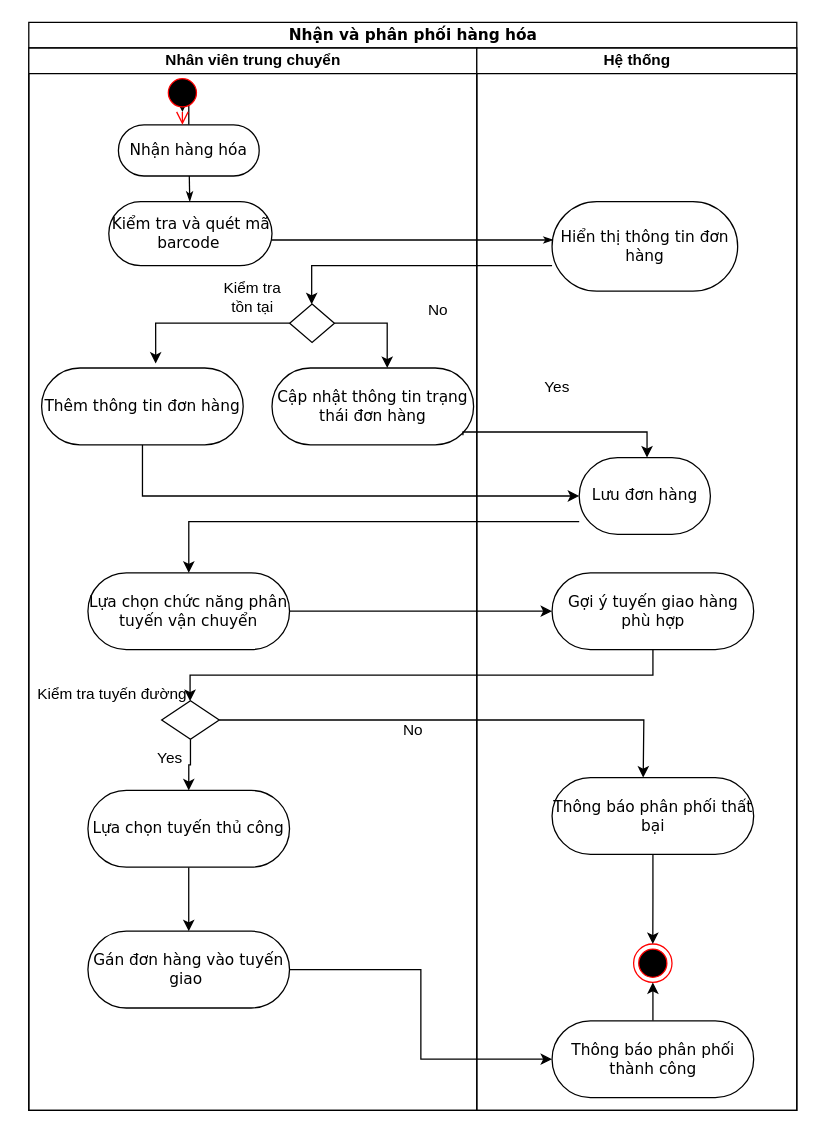
IT3120-Phan-tich-va-thi-t-k-h-th-ng/BTL keeps this draw.io diagram as Activity Diagram/AD nhận và phân phối hàng hóa.drawio. Above is the earlier version. Source tidied: cells renumbered, new cells numbered last; positions are measured from the earlier drawing's top-left corner, leaving out a move shared by most shapes. Both pictures are drawn from the tidied source at 128%, with x=0, y=0 at pixel (22, 22).
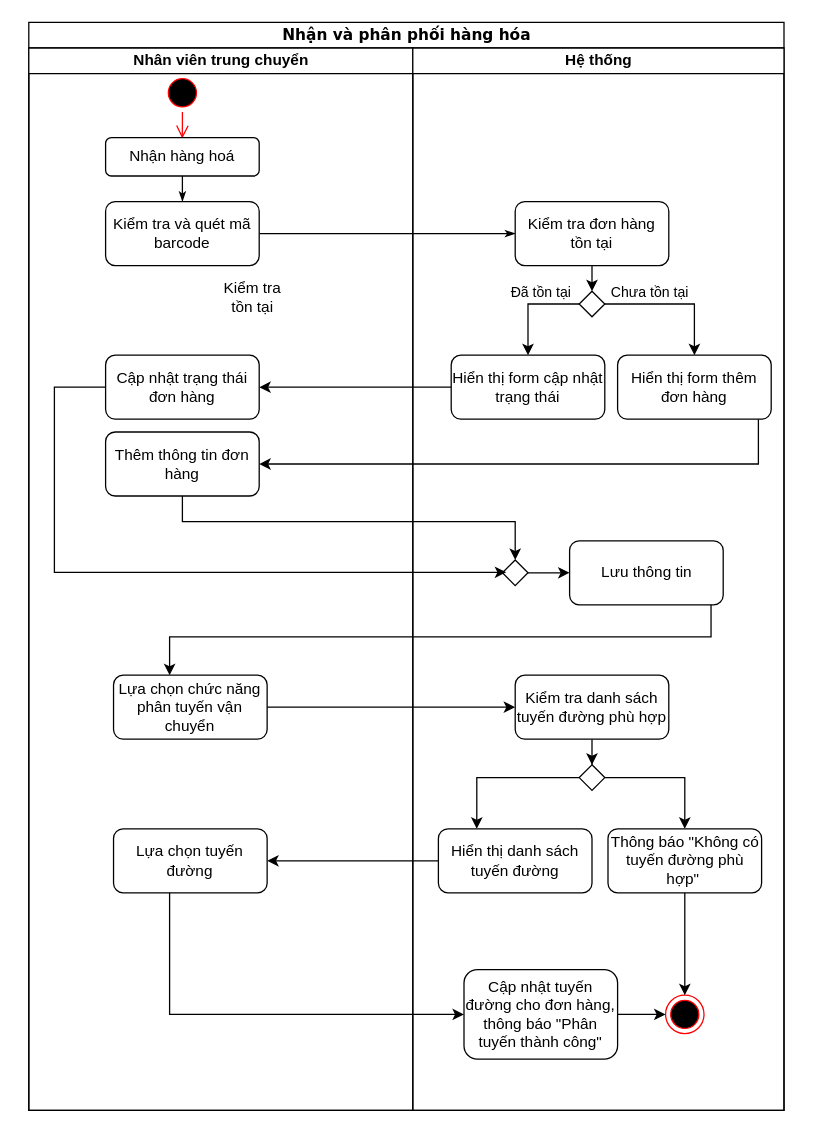
The same diagram, later.

Commit message (it also covers changes not shown here):
update usecase, ad nvpphh

The change refers to these unchanged cells:
```xml
<mxCell id="7" style="ellipse;html=1;shape=startState;fillColor=#000000;strokeColor=#ff0000;" parent="4" vertex="1">
  <mxGeometry x="105" y="20" width="30" height="30" as="geometry" />
</mxCell>
```

Diff of the diagram source:
```diff
@@
     <mxCell id="2" value="Nhận và phân phối hàng hóa" style="swimlane;html=1;startSize=20;rounded=0;shadow=0;comic=0;labelBackgroundColor=none;strokeWidth=1;fontFamily=Verdana;fontSize=12;align=center;" parent="1" vertex="1">
-      <mxGeometry x="5" width="600" height="850" as="geometry" />
+      <mxGeometry x="5" width="590" height="850" as="geometry" />
     </mxCell>
-    <mxCell id="3" style="edgeStyle=none;rounded=0;html=1;labelBackgroundColor=none;startArrow=none;startFill=0;startSize=5;endArrow=classicThin;endFill=1;endSize=5;jettySize=auto;orthogonalLoop=1;strokeWidth=1;fontFamily=Verdana;fontSize=12;" parent="2" edge="1">
-      <mxGeometry relative="1" as="geometry">
-        <mxPoint x="190" y="170" as="sourcePoint" />
-        <mxPoint x="410" y="170" as="targetPoint" />
-      </mxGeometry>
+    <mxCell id="3" style="edgeStyle=none;rounded=0;html=1;labelBackgroundColor=none;startArrow=none;startFill=0;startSize=5;endArrow=classicThin;endFill=1;endSize=5;jettySize=auto;strokeWidth=1;fontFamily=Verdana;fontSize=12;exitX=1;exitY=0.5;exitDx=0;exitDy=0;entryX=0;entryY=0.5;entryDx=0;entryDy=0;" parent="2" edge="1" source="13" target="49">
+      <mxGeometry relative="1" as="geometry" />
     </mxCell>
     <mxCell id="4" value="Nhân viên trung chuyển" style="swimlane;html=1;startSize=20;" parent="2" vertex="1">
-      <mxGeometry y="20" width="350" height="830" as="geometry" />
+      <mxGeometry y="20" width="300" height="830" as="geometry" />
     </mxCell>
-    <mxCell id="5" style="edgeStyle=orthogonalEdgeStyle;rounded=0;jettySize=auto;html=1;" parent="4" edge="1" source="6" target="7">
-      <mxGeometry relative="1" as="geometry" />
-    </mxCell>
-    <mxCell id="6" value="Nhận hàng hóa" style="rounded=1;whiteSpace=wrap;html=1;shadow=0;comic=0;labelBackgroundColor=none;strokeWidth=1;fontFamily=Verdana;fontSize=12;align=center;arcSize=50;" parent="4" vertex="1">
-      <mxGeometry x="70" y="60" width="110" height="40" as="geometry" />
-    </mxCell>
@@
-    <mxCell id="8" style="edgeStyle=orthogonalEdgeStyle;html=1;verticalAlign=bottom;endArrow=open;endSize=8;strokeColor=#ff0000;rounded=0;" parent="4" edge="1" source="7">
-      <mxGeometry relative="1" as="geometry">
-        <mxPoint x="120" y="60" as="targetPoint" />
-      </mxGeometry>
+    <mxCell id="8" style="edgeStyle=orthogonalEdgeStyle;html=1;verticalAlign=bottom;endArrow=open;endSize=8;strokeColor=#ff0000;rounded=0;entryX=0.499;entryY=0.025;entryDx=0;entryDy=0;entryPerimeter=0;" parent="4" edge="1" source="7" target="46">
+      <mxGeometry relative="1" as="geometry" />
     </mxCell>
-    <mxCell id="9" style="edgeStyle=orthogonalEdgeStyle;rounded=0;jettySize=auto;html=1;" parent="4" edge="1" source="10">
-      <mxGeometry relative="1" as="geometry">
-        <mxPoint x="430" y="350" as="targetPoint" />
-        <Array as="points">
-          <mxPoint x="89" y="350" />
-          <mxPoint x="300" y="350" />
-        </Array>
-      </mxGeometry>
-    </mxCell>
+    <mxCell id="12" style="edgeStyle=none;rounded=0;html=1;labelBackgroundColor=none;startArrow=none;startFill=0;startSize=5;endArrow=classicThin;endFill=1;endSize=5;jettySize=auto;strokeWidth=1;fontFamily=Verdana;fontSize=12;entryX=0.5;entryY=0;entryDx=0;entryDy=0;exitX=0.5;exitY=1;exitDx=0;exitDy=0;" parent="4" edge="1" source="46" target="13">
+      <mxGeometry relative="1" as="geometry" />
+    </mxCell>
+    <mxCell id="23" value="Kiểm tra tồn tại" style="text;html=1;align=center;verticalAlign=middle;whiteSpace=wrap;rounded=0;" parent="4" vertex="1">
+      <mxGeometry x="145" y="180" width="60" height="30" as="geometry" />
+    </mxCell>
+    <mxCell id="46" value="Nhận hàng hoá" style="rounded=1;whiteSpace=wrap;html=1;" parent="4" vertex="1">
+      <mxGeometry x="60" y="70" width="120" height="30" as="geometry" />
+    </mxCell>
+    <mxCell id="13" value="Kiểm tra và quét mã barcode" style="rounded=1;whiteSpace=wrap;html=1;" parent="4" vertex="1">
+      <mxGeometry x="60" y="120" width="120" height="50" as="geometry" />
+    </mxCell>
+    <mxCell id="47" value="Cập nhật trạng thái đơn hàng" style="rounded=1;whiteSpace=wrap;html=1;" parent="4" vertex="1">
+      <mxGeometry x="60" y="240" width="120" height="50" as="geometry" />
+    </mxCell>
-    <mxCell id="10" value="Thêm thông tin đơn hàng" style="rounded=1;whiteSpace=wrap;html=1;shadow=0;comic=0;labelBackgroundColor=none;strokeWidth=1;fontFamily=Verdana;fontSize=12;align=center;arcSize=50;" parent="4" vertex="1">
-      <mxGeometry x="10" y="250" width="157.5" height="60" as="geometry" />
+    <mxCell id="10" value="Thêm thông tin đơn hàng" style="rounded=1;whiteSpace=wrap;html=1;" parent="4" vertex="1">
+      <mxGeometry x="60" y="300" width="120" height="50" as="geometry" />
     </mxCell>
-    <mxCell id="11" style="edgeStyle=none;rounded=0;html=1;labelBackgroundColor=none;startArrow=none;startFill=0;startSize=5;endArrow=classicThin;endFill=1;endSize=5;jettySize=auto;strokeWidth=1;fontFamily=Verdana;fontSize=12;" parent="4" edge="1" source="13">
-      <mxGeometry relative="1" as="geometry">
-        <mxPoint x="120" y="150" as="targetPoint" />
-      </mxGeometry>
-    </mxCell>
-    <mxCell id="12" style="edgeStyle=none;rounded=0;html=1;labelBackgroundColor=none;startArrow=none;startFill=0;startSize=5;endArrow=classicThin;endFill=1;endSize=5;jettySize=auto;strokeWidth=1;fontFamily=Verdana;fontSize=12;" parent="4" edge="1" source="6" target="13">
-      <mxGeometry relative="1" as="geometry" />
-    </mxCell>
-    <mxCell id="13" value="Kiểm tra và quét mã barcode&amp;nbsp;" style="rounded=1;whiteSpace=wrap;html=1;shadow=0;comic=0;labelBackgroundColor=none;strokeWidth=1;fontFamily=Verdana;fontSize=12;align=center;arcSize=50;" parent="4" vertex="1">
-      <mxGeometry x="62.5" y="120" width="127.5" height="50" as="geometry" />
-    </mxCell>
-    <mxCell id="14" value="Lựa chọn chức năng phân tuyến vận chuyển" style="rounded=1;whiteSpace=wrap;html=1;shadow=0;comic=0;labelBackgroundColor=none;strokeWidth=1;fontFamily=Verdana;fontSize=12;align=center;arcSize=50;" parent="4" vertex="1">
-      <mxGeometry x="46.2" y="410" width="157.5" height="60" as="geometry" />
+    <mxCell id="14" value="Lựa chọn chức năng phân tuyến vận chuyển" style="rounded=1;whiteSpace=wrap;html=1;" parent="4" vertex="1">
+      <mxGeometry x="66.2" y="490" width="120" height="50" as="geometry" />
     </mxCell>
-    <mxCell id="15" style="edgeStyle=orthogonalEdgeStyle;rounded=0;jettySize=auto;html=1;" parent="4" edge="1" source="16" target="17">
-      <mxGeometry relative="1" as="geometry" />
-    </mxCell>
-    <mxCell id="16" value="Lựa chọn tuyến thủ công" style="rounded=1;whiteSpace=wrap;html=1;shadow=0;comic=0;labelBackgroundColor=none;strokeWidth=1;fontFamily=Verdana;fontSize=12;align=center;arcSize=50;" parent="4" vertex="1">
-      <mxGeometry x="46.2" y="580" width="157.5" height="60" as="geometry" />
-    </mxCell>
-    <mxCell id="17" value="Gán đơn hàng vào tuyến giao&amp;nbsp;" style="rounded=1;whiteSpace=wrap;html=1;shadow=0;comic=0;labelBackgroundColor=none;strokeWidth=1;fontFamily=Verdana;fontSize=12;align=center;arcSize=50;" parent="4" vertex="1">
-      <mxGeometry x="46.2" y="690" width="157.5" height="60" as="geometry" />
-    </mxCell>
-    <mxCell id="18" value="Cập nhật thông tin trạng thái đơn hàng" style="rounded=1;whiteSpace=wrap;html=1;shadow=0;comic=0;labelBackgroundColor=none;strokeWidth=1;fontFamily=Verdana;fontSize=12;align=center;arcSize=50;" parent="4" vertex="1">
-      <mxGeometry x="190" y="250" width="157.5" height="60" as="geometry" />
-    </mxCell>
-    <mxCell id="19" value="No" style="text;html=1;align=center;verticalAlign=middle;whiteSpace=wrap;rounded=0;" parent="4" vertex="1">
-      <mxGeometry x="290" y="190" width="60" height="30" as="geometry" />
-    </mxCell>
-    <mxCell id="20" style="rhombus;whiteSpace=wrap;html=1;" parent="4" vertex="1">
-      <mxGeometry x="203.8" y="200" width="35" height="30" as="geometry" />
-    </mxCell>
-    <mxCell id="21" style="edgeStyle=orthogonalEdgeStyle;rounded=0;jettySize=auto;html=1;entryX=0.566;entryY=-0.057;entryDx=0;entryDy=0;entryPerimeter=0;" parent="4" edge="1" source="20" target="10">
-      <mxGeometry relative="1" as="geometry" />
-    </mxCell>
-    <mxCell id="22" style="edgeStyle=orthogonalEdgeStyle;rounded=0;jettySize=auto;html=1;" parent="4" edge="1" source="20" target="18">
-      <mxGeometry relative="1" as="geometry">
-        <Array as="points">
-          <mxPoint x="280" y="215" />
-        </Array>
-      </mxGeometry>
-    </mxCell>
-    <mxCell id="23" value="Kiểm tra tồn tại" style="text;html=1;align=center;verticalAlign=middle;whiteSpace=wrap;rounded=0;" parent="4" vertex="1">
-      <mxGeometry x="145" y="180" width="60" height="30" as="geometry" />
-    </mxCell>
-    <mxCell id="24" style="edgeStyle=orthogonalEdgeStyle;rounded=0;jettySize=auto;html=1;entryX=0.5;entryY=0;entryDx=0;entryDy=0;" parent="4" edge="1" source="26" target="16">
-      <mxGeometry relative="1" as="geometry" />
-    </mxCell>
-    <mxCell id="25" style="edgeStyle=orthogonalEdgeStyle;rounded=0;jettySize=auto;html=1;" parent="4" edge="1" source="26">
-      <mxGeometry relative="1" as="geometry">
-        <mxPoint x="480" y="570" as="targetPoint" />
-      </mxGeometry>
-    </mxCell>
-    <mxCell id="26" style="rhombus;whiteSpace=wrap;html=1;" parent="4" vertex="1">
-      <mxGeometry x="103.8" y="510" width="45" height="30" as="geometry" />
-    </mxCell>
-    <mxCell id="27" value="Kiểm tra tuyến đường" style="text;html=1;align=center;verticalAlign=middle;strokeColor=none;fillColor=none;" parent="4" vertex="1">
-      <mxGeometry x="-5" y="490" width="140" height="30" as="geometry" />
-    </mxCell>
-    <mxCell id="28" value="Yes" style="text;html=1;align=center;verticalAlign=middle;strokeColor=none;fillColor=none;" parent="4" vertex="1">
-      <mxGeometry x="90" y="540" width="40" height="30" as="geometry" />
-    </mxCell>
+    <mxCell id="48" value="Lựa chọn tuyến đường" style="rounded=1;whiteSpace=wrap;html=1;" parent="4" vertex="1">
+      <mxGeometry x="66.2" y="610" width="120" height="50" as="geometry" />
+    </mxCell>
     <mxCell id="29" value="Hệ thống" style="swimlane;html=1;startSize=20;" parent="2" vertex="1">
-      <mxGeometry x="350" y="20" width="250" height="830" as="geometry" />
+      <mxGeometry x="300" y="20" width="290" height="830" as="geometry" />
     </mxCell>
-    <mxCell id="30" value="Hiển thị thông tin đơn hàng" style="rounded=1;whiteSpace=wrap;html=1;shadow=0;comic=0;labelBackgroundColor=none;strokeWidth=1;fontFamily=Verdana;fontSize=12;align=center;arcSize=50;" parent="29" vertex="1">
-      <mxGeometry x="58.8" y="120" width="145" height="70" as="geometry" />
-    </mxCell>
-    <mxCell id="31" value="Yes" style="text;html=1;align=center;verticalAlign=middle;whiteSpace=wrap;rounded=0;" parent="29" vertex="1">
-      <mxGeometry x="32.5" y="250" width="60" height="30" as="geometry" />
-    </mxCell>
-    <mxCell id="32" value="Lưu đơn hàng" style="rounded=1;whiteSpace=wrap;html=1;shadow=0;comic=0;labelBackgroundColor=none;strokeWidth=1;fontFamily=Verdana;fontSize=12;align=center;arcSize=50;" parent="29" vertex="1">
-      <mxGeometry x="80" y="320" width="102.5" height="60" as="geometry" />
-    </mxCell>
     <mxCell id="33" style="ellipse;html=1;shape=endState;fillColor=#000000;strokeColor=#ff0000;" parent="29" vertex="1">
-      <mxGeometry x="122.5" y="700" width="30" height="30" as="geometry" />
+      <mxGeometry x="197.5" y="740" width="30" height="30" as="geometry" />
     </mxCell>
-    <mxCell id="34" value="Gợi ý tuyến giao hàng phù hợp" style="rounded=1;whiteSpace=wrap;html=1;shadow=0;comic=0;labelBackgroundColor=none;strokeWidth=1;fontFamily=Verdana;fontSize=12;align=center;arcSize=50;" parent="29" vertex="1">
-      <mxGeometry x="58.8" y="410" width="157.5" height="60" as="geometry" />
-    </mxCell>
-    <mxCell id="35" style="edgeStyle=orthogonalEdgeStyle;rounded=0;jettySize=auto;html=1;" parent="29" edge="1" source="36" target="33">
-      <mxGeometry relative="1" as="geometry" />
-    </mxCell>
-    <mxCell id="36" value="Thông báo phân phối thành công" style="rounded=1;whiteSpace=wrap;html=1;shadow=0;comic=0;labelBackgroundColor=none;strokeWidth=1;fontFamily=Verdana;fontSize=12;align=center;arcSize=50;" parent="29" vertex="1">
-      <mxGeometry x="58.8" y="760" width="157.5" height="60" as="geometry" />
-    </mxCell>
-    <mxCell id="37" style="edgeStyle=orthogonalEdgeStyle;rounded=0;jettySize=auto;html=1;" parent="29" edge="1" source="38" target="33">
-      <mxGeometry relative="1" as="geometry" />
-    </mxCell>
-    <mxCell id="38" value="Thông báo phân phối thất bại" style="rounded=1;whiteSpace=wrap;html=1;shadow=0;comic=0;labelBackgroundColor=none;strokeWidth=1;fontFamily=Verdana;fontSize=12;align=center;arcSize=50;" parent="29" vertex="1">
-      <mxGeometry x="58.8" y="570" width="157.5" height="60" as="geometry" />
-    </mxCell>
-    <mxCell id="39" style="edgeStyle=orthogonalEdgeStyle;rounded=0;jettySize=auto;html=1;exitX=0.947;exitY=0.877;exitDx=0;exitDy=0;exitPerimeter=0;" parent="2" edge="1" source="18" target="32">
-      <mxGeometry relative="1" as="geometry">
-        <Array as="points">
-          <mxPoint x="339" y="320" />
-          <mxPoint x="483" y="320" />
-        </Array>
-      </mxGeometry>
-    </mxCell>
-    <mxCell id="40" style="edgeStyle=orthogonalEdgeStyle;rounded=0;jettySize=auto;html=1;" parent="2" edge="1" source="32" target="14">
-      <mxGeometry relative="1" as="geometry">
-        <Array as="points">
-          <mxPoint x="125" y="390" />
-        </Array>
-      </mxGeometry>
-    </mxCell>
-    <mxCell id="41" style="edgeStyle=orthogonalEdgeStyle;rounded=0;jettySize=auto;html=1;entryX=0;entryY=0.5;entryDx=0;entryDy=0;" parent="2" edge="1" source="14" target="34">
-      <mxGeometry relative="1" as="geometry" />
-    </mxCell>
-    <mxCell id="42" style="edgeStyle=orthogonalEdgeStyle;rounded=0;jettySize=auto;html=1;entryX=0;entryY=0.5;entryDx=0;entryDy=0;" parent="2" edge="1" source="17" target="36">
-      <mxGeometry relative="1" as="geometry" />
-    </mxCell>
-    <mxCell id="43" style="edgeStyle=orthogonalEdgeStyle;rounded=0;jettySize=auto;html=1;" parent="2" edge="1" source="30" target="20">
-      <mxGeometry relative="1" as="geometry">
-        <Array as="points">
-          <mxPoint x="221" y="190" />
-        </Array>
-      </mxGeometry>
-    </mxCell>
-    <mxCell id="44" style="edgeStyle=orthogonalEdgeStyle;rounded=0;jettySize=auto;html=1;" parent="2" edge="1" source="34" target="26">
-      <mxGeometry relative="1" as="geometry">
-        <Array as="points">
-          <mxPoint x="488" y="510" />
-          <mxPoint x="126" y="510" />
-        </Array>
-      </mxGeometry>
-    </mxCell>
-    <mxCell id="45" value="No" style="text;html=1;align=center;verticalAlign=middle;strokeColor=none;fillColor=none;" parent="1" vertex="1">
-      <mxGeometry x="285" y="538" width="40" height="30" as="geometry" />
-    </mxCell>
+    <mxCell id="49" value="Kiểm tra đơn hàng tồn tại" style="rounded=1;whiteSpace=wrap;html=1;" parent="29" vertex="1">
+      <mxGeometry x="80" y="120" width="120" height="50" as="geometry" />
+    </mxCell>
+    <mxCell id="50" style="edgeStyle=orthogonalEdgeStyle;rounded=0;jettySize=auto;html=1;entryX=0.5;entryY=0;entryDx=0;entryDy=0;" parent="29" edge="1" source="54" target="56">
+      <mxGeometry relative="1" as="geometry">
+        <Array as="points">
+          <mxPoint x="90" y="200" />
+        </Array>
+      </mxGeometry>
+    </mxCell>
+    <mxCell id="51" value="Đã tồn tại" style="edgeLabel;html=1;align=center;verticalAlign=middle;" parent="50" vertex="1">
+      <mxGeometry x="-0.17" y="-1" relative="1" as="geometry">
+        <mxPoint x="2" y="-9" as="offset" />
+      </mxGeometry>
+    </mxCell>
+    <mxCell id="52" style="edgeStyle=orthogonalEdgeStyle;rounded=0;jettySize=auto;html=1;entryX=0.5;entryY=0;entryDx=0;entryDy=0;" parent="29" edge="1" source="54" target="57">
+      <mxGeometry relative="1" as="geometry" />
+    </mxCell>
+    <mxCell id="53" value="Chưa tồn tại" style="edgeLabel;html=1;align=center;verticalAlign=middle;" parent="52" vertex="1">
+      <mxGeometry x="-0.38" y="1" relative="1" as="geometry">
+        <mxPoint y="-9" as="offset" />
+      </mxGeometry>
+    </mxCell>
+    <mxCell id="54" style="rhombus;whiteSpace=wrap;html=1;" parent="29" vertex="1">
+      <mxGeometry x="130" y="190" width="20" height="20" as="geometry" />
+    </mxCell>
+    <mxCell id="55" style="edgeStyle=orthogonalEdgeStyle;rounded=0;jettySize=auto;html=1;entryX=0.485;entryY=0.029;entryDx=0;entryDy=0;entryPerimeter=0;" parent="29" edge="1" source="49" target="54">
+      <mxGeometry relative="1" as="geometry" />
+    </mxCell>
+    <mxCell id="56" value="Hiển thị form cập nhật trạng thái" style="rounded=1;whiteSpace=wrap;html=1;" parent="29" vertex="1">
+      <mxGeometry x="30" y="240" width="120" height="50" as="geometry" />
+    </mxCell>
+    <mxCell id="57" value="Hiển thị form thêm đơn hàng" style="rounded=1;whiteSpace=wrap;html=1;" parent="29" vertex="1">
+      <mxGeometry x="160" y="240" width="120" height="50" as="geometry" />
+    </mxCell>
+    <mxCell id="58" style="edgeStyle=orthogonalEdgeStyle;rounded=0;jettySize=auto;html=1;entryX=0;entryY=0.5;entryDx=0;entryDy=0;" parent="29" edge="1" source="59" target="60">
+      <mxGeometry relative="1" as="geometry" />
+    </mxCell>
+    <mxCell id="59" style="rhombus;whiteSpace=wrap;html=1;" parent="29" vertex="1">
+      <mxGeometry x="70" y="400" width="20" height="20" as="geometry" />
+    </mxCell>
+    <mxCell id="60" value="Lưu thông tin" style="rounded=1;whiteSpace=wrap;html=1;" parent="29" vertex="1">
+      <mxGeometry x="122.5" y="385" width="120" height="50" as="geometry" />
+    </mxCell>
+    <mxCell id="61" style="edgeStyle=orthogonalEdgeStyle;rounded=0;jettySize=auto;html=1;entryX=0.5;entryY=0;entryDx=0;entryDy=0;" parent="29" edge="1" source="62" target="65">
+      <mxGeometry relative="1" as="geometry" />
+    </mxCell>
+    <mxCell id="62" value="Kiểm tra danh sách tuyến đường phù hợp" style="rounded=1;whiteSpace=wrap;html=1;" parent="29" vertex="1">
+      <mxGeometry x="80" y="490" width="120" height="50" as="geometry" />
+    </mxCell>
+    <mxCell id="63" style="edgeStyle=orthogonalEdgeStyle;rounded=0;jettySize=auto;html=1;entryX=0.25;entryY=0;entryDx=0;entryDy=0;" parent="29" edge="1" source="65" target="66">
+      <mxGeometry relative="1" as="geometry">
+        <Array as="points">
+          <mxPoint x="50" y="570" />
+        </Array>
+      </mxGeometry>
+    </mxCell>
+    <mxCell id="64" style="edgeStyle=orthogonalEdgeStyle;rounded=0;jettySize=auto;html=1;entryX=0.5;entryY=0;entryDx=0;entryDy=0;" parent="29" edge="1" source="65" target="68">
+      <mxGeometry relative="1" as="geometry" />
+    </mxCell>
+    <mxCell id="65" style="rhombus;whiteSpace=wrap;html=1;" parent="29" vertex="1">
+      <mxGeometry x="130" y="560" width="20" height="20" as="geometry" />
+    </mxCell>
+    <mxCell id="66" value="Hiển thị danh sách tuyến đường" style="rounded=1;whiteSpace=wrap;html=1;" parent="29" vertex="1">
+      <mxGeometry x="20" y="610" width="120" height="50" as="geometry" />
+    </mxCell>
+    <mxCell id="67" style="edgeStyle=orthogonalEdgeStyle;rounded=0;jettySize=auto;html=1;entryX=0.5;entryY=0;entryDx=0;entryDy=0;" parent="29" edge="1" source="68" target="33">
+      <mxGeometry relative="1" as="geometry">
+        <Array as="points">
+          <mxPoint x="213" y="710" />
+          <mxPoint x="213" y="710" />
+        </Array>
+      </mxGeometry>
+    </mxCell>
+    <mxCell id="68" value="Thông báo &quot;Không có tuyến đường phù hợp&quot;&amp;nbsp;" style="rounded=1;whiteSpace=wrap;html=1;" parent="29" vertex="1">
+      <mxGeometry x="152.5" y="610" width="120" height="50" as="geometry" />
+    </mxCell>
+    <mxCell id="69" style="edgeStyle=orthogonalEdgeStyle;rounded=0;jettySize=auto;html=1;entryX=0;entryY=0.5;entryDx=0;entryDy=0;" parent="29" edge="1" source="70" target="33">
+      <mxGeometry relative="1" as="geometry" />
+    </mxCell>
+    <mxCell id="70" value="Cập nhật tuyến đường cho đơn hàng, thông báo &quot;Phân tuyến thành công&quot;" style="rounded=1;whiteSpace=wrap;html=1;" parent="29" vertex="1">
+      <mxGeometry x="40" y="720" width="120" height="70" as="geometry" />
+    </mxCell>
+    <mxCell id="71" style="edgeStyle=orthogonalEdgeStyle;rounded=0;jettySize=auto;html=1;entryX=1;entryY=0.5;entryDx=0;entryDy=0;" parent="2" edge="1" source="56" target="47">
+      <mxGeometry relative="1" as="geometry" />
+    </mxCell>
+    <mxCell id="72" style="edgeStyle=orthogonalEdgeStyle;rounded=0;jettySize=auto;html=1;entryX=1;entryY=0.5;entryDx=0;entryDy=0;" parent="2" edge="1" source="57" target="10">
+      <mxGeometry relative="1" as="geometry">
+        <Array as="points">
+          <mxPoint x="570" y="345" />
+        </Array>
+      </mxGeometry>
+    </mxCell>
+    <mxCell id="73" style="edgeStyle=orthogonalEdgeStyle;rounded=0;jettySize=auto;html=1;entryX=0.153;entryY=0.48;entryDx=0;entryDy=0;entryPerimeter=0;" parent="2" edge="1" source="47" target="59">
+      <mxGeometry relative="1" as="geometry">
+        <Array as="points">
+          <mxPoint x="20" y="285" />
+          <mxPoint x="20" y="430" />
+        </Array>
+      </mxGeometry>
+    </mxCell>
+    <mxCell id="74" style="edgeStyle=orthogonalEdgeStyle;rounded=0;jettySize=auto;html=1;entryX=0.5;entryY=0;entryDx=0;entryDy=0;" parent="2" edge="1" source="10" target="59">
+      <mxGeometry relative="1" as="geometry">
+        <Array as="points">
+          <mxPoint x="120" y="390" />
+          <mxPoint x="380" y="390" />
+        </Array>
+      </mxGeometry>
+    </mxCell>
+    <mxCell id="75" style="edgeStyle=orthogonalEdgeStyle;rounded=0;jettySize=auto;html=1;" parent="2" edge="1" source="60">
+      <mxGeometry relative="1" as="geometry">
+        <mxPoint x="110" y="510" as="targetPoint" />
+        <Array as="points">
+          <mxPoint x="533" y="480" />
+          <mxPoint x="110" y="480" />
+        </Array>
+      </mxGeometry>
+    </mxCell>
+    <mxCell id="76" style="edgeStyle=orthogonalEdgeStyle;rounded=0;jettySize=auto;html=1;entryX=0;entryY=0.5;entryDx=0;entryDy=0;" parent="2" edge="1" source="14" target="62">
+      <mxGeometry relative="1" as="geometry" />
+    </mxCell>
+    <mxCell id="77" style="edgeStyle=orthogonalEdgeStyle;rounded=0;jettySize=auto;html=1;entryX=1;entryY=0.5;entryDx=0;entryDy=0;" parent="2" edge="1" source="66" target="48">
+      <mxGeometry relative="1" as="geometry" />
+    </mxCell>
+    <mxCell id="78" style="edgeStyle=orthogonalEdgeStyle;rounded=0;jettySize=auto;html=1;entryX=0;entryY=0.5;entryDx=0;entryDy=0;" parent="2" edge="1" source="48" target="70">
+      <mxGeometry relative="1" as="geometry">
+        <Array as="points">
+          <mxPoint x="110" y="775" />
+        </Array>
+      </mxGeometry>
+    </mxCell>
```
